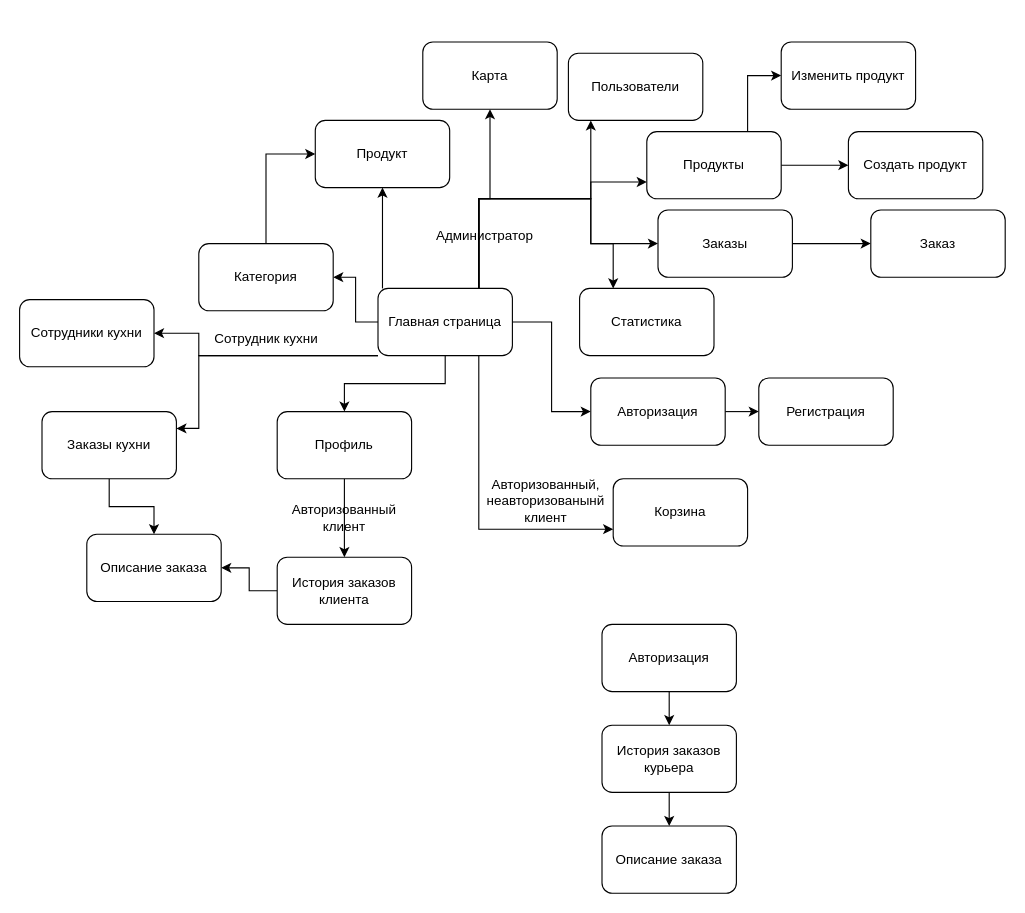
The draw.io diagram Пояснительная записка/Диаграммы/Карта_навигации_между_страницами.drawio in VladimirNone/DeliveryServices, before the edit. Source tidied: cells renumbered, new cells numbered last; positions are measured from the earlier drawing's top-left corner, leaving out a move shared by most shapes. Both pictures are drawn from the tidied source at 112%, with x=0, y=0 at pixel (19, 41).
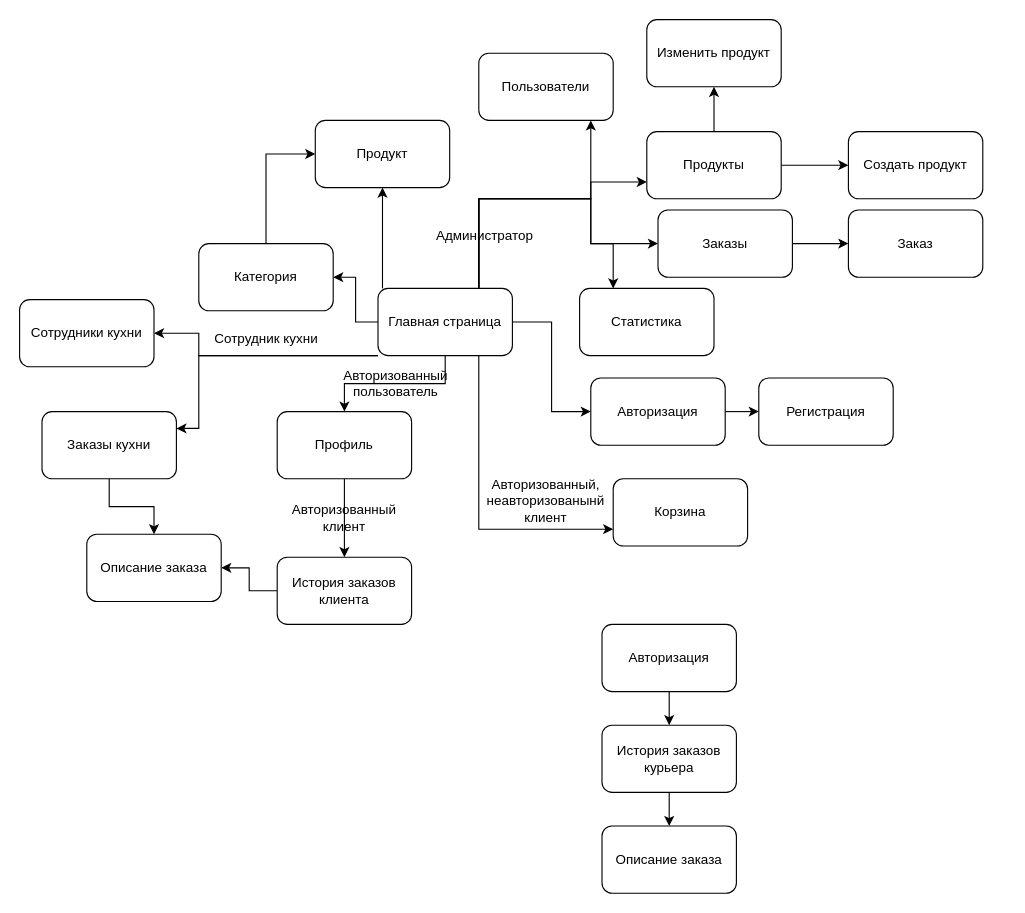
Above is the later version.

Unchanged cells that the change refers to:
```xml
<mxCell id="14" value="Главная страница" style="rounded=1;whiteSpace=wrap;html=1;" parent="1" vertex="1">
  <mxGeometry x="320" y="220" width="120" height="60" as="geometry" />
</mxCell>
<mxCell id="32" value="Продукты" style="rounded=1;whiteSpace=wrap;html=1;" parent="1" vertex="1">
  <mxGeometry x="560" y="80" width="120" height="60" as="geometry" />
</mxCell>
```

Change to the diagram source:
```diff
@@
-    <mxCell id="7" style="edgeStyle=orthogonalEdgeStyle;rounded=0;jettySize=auto;html=1;exitX=0.75;exitY=0;exitDx=0;exitDy=0;entryX=0.5;entryY=1;entryDx=0;entryDy=0;" parent="1" edge="1" source="14" target="36">
-      <mxGeometry relative="1" as="geometry" />
-    </mxCell>
@@
     <mxCell id="29" value="Пользователи" style="rounded=1;whiteSpace=wrap;html=1;" parent="1" vertex="1">
-      <mxGeometry x="490" y="10" width="120" height="60" as="geometry" />
+      <mxGeometry x="410" y="10" width="120" height="60" as="geometry" />
     </mxCell>
@@
-    <mxCell id="31" style="edgeStyle=orthogonalEdgeStyle;rounded=0;jettySize=auto;html=1;exitX=0.75;exitY=0;exitDx=0;exitDy=0;entryX=0;entryY=0.5;entryDx=0;entryDy=0;" parent="1" edge="1" source="32" target="38">
+    <mxCell id="31" style="edgeStyle=orthogonalEdgeStyle;rounded=0;jettySize=auto;html=1;exitX=0.5;exitY=0;exitDx=0;exitDy=0;entryX=0.5;entryY=1;entryDx=0;entryDy=0;" parent="1" edge="1" source="32" target="38">
       <mxGeometry relative="1" as="geometry" />
     </mxCell>
@@
-    <mxCell id="36" value="Карта" style="rounded=1;whiteSpace=wrap;html=1;" parent="1" vertex="1">
-      <mxGeometry x="360" width="120" height="60" as="geometry" />
-    </mxCell>
@@
     <mxCell id="38" value="Изменить продукт" style="rounded=1;whiteSpace=wrap;html=1;" parent="1" vertex="1">
-      <mxGeometry x="680" width="120" height="60" as="geometry" />
+      <mxGeometry x="560" y="-20" width="120" height="60" as="geometry" />
     </mxCell>
@@
     <mxCell id="40" value="Заказ" style="rounded=1;whiteSpace=wrap;html=1;" parent="1" vertex="1">
-      <mxGeometry x="760" y="150" width="120" height="60" as="geometry" />
+      <mxGeometry x="740" y="150" width="120" height="60" as="geometry" />
     </mxCell>
@@
+    <mxCell id="50" value="Авторизованный пользователь" style="text;html=1;strokeColor=none;fillColor=none;align=center;verticalAlign=middle;whiteSpace=wrap;rounded=0;" parent="1" vertex="1">
+      <mxGeometry x="306" y="290" width="60" height="30" as="geometry" />
+    </mxCell>
```
